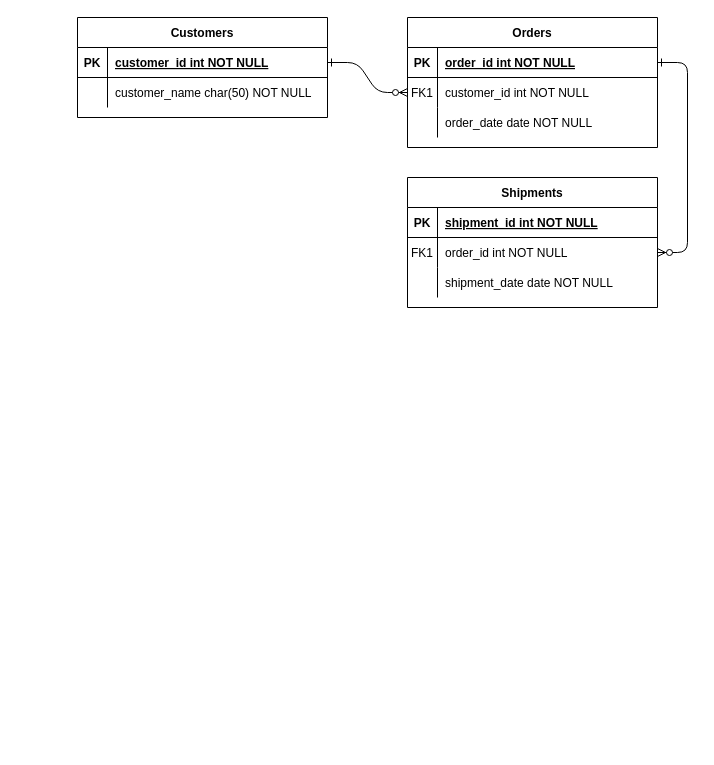
The draw.io diagram Untitled Diagram.drawio in adao74/311_wk4_day2_node_mysql, before the edit. Source tidied: cells renumbered, new cells numbered last; positions are measured from the earlier drawing's top-left corner, leaving out a move shared by most shapes. Both pictures are drawn from the tidied source at 100%, with x=0, y=0 at pixel (77, 17).
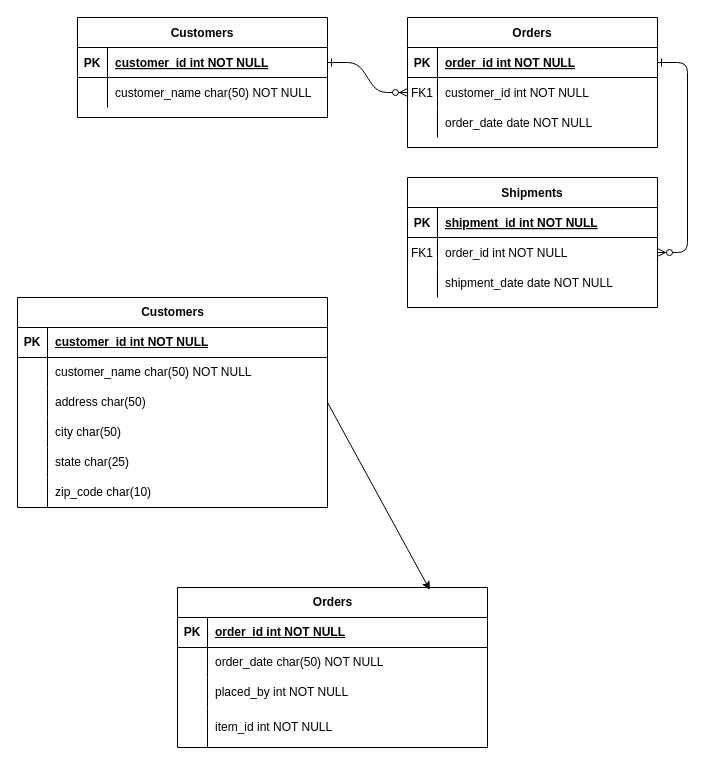
After the change.

Commit message:
Add customers & orders table.drawio

The edit, as a diff of the source:
```diff
@@
+    <mxCell id="31" value="Customers" style="shape=table;startSize=30;childLayout=tableLayout;rowLines=0;fontStyle=1;align=center;html=1;" parent="1" vertex="1">
+      <mxGeometry x="-60" y="280" width="310" height="210" as="geometry" />
+    </mxCell>
+    <mxCell id="32" style="shape=tableRow;horizontal=0;startSize=0;swimlaneHead=0;swimlaneBody=0;fillColor=none;top=0;left=0;right=0;bottom=1;" parent="31" vertex="1">
+      <mxGeometry y="30" width="310" height="30" as="geometry" />
+    </mxCell>
+    <mxCell id="33" value="PK" style="shape=partialRectangle;fillColor=none;top=0;left=0;bottom=0;right=0;fontStyle=1;overflow=hidden;whiteSpace=wrap;html=1;" parent="32" vertex="1">
+      <mxGeometry width="30" height="30" as="geometry" />
+    </mxCell>
+    <mxCell id="34" value="customer_id int NOT NULL" style="shape=partialRectangle;fillColor=none;top=0;left=0;bottom=0;right=0;align=left;spacingLeft=6;fontStyle=5;overflow=hidden;whiteSpace=wrap;html=1;" parent="32" vertex="1">
+      <mxGeometry x="30" width="280" height="30" as="geometry" />
+    </mxCell>
+    <mxCell id="35" style="shape=tableRow;horizontal=0;startSize=0;swimlaneHead=0;swimlaneBody=0;fillColor=none;top=0;left=0;right=0;bottom=0;" parent="31" vertex="1">
+      <mxGeometry y="60" width="310" height="30" as="geometry" />
+    </mxCell>
+    <mxCell id="36" style="shape=partialRectangle;fillColor=none;top=0;left=0;bottom=0;right=0;overflow=hidden;whiteSpace=wrap;html=1;" parent="35" vertex="1">
+      <mxGeometry width="30" height="30" as="geometry" />
+    </mxCell>
+    <mxCell id="37" value="customer_name char(50) NOT NULL" style="shape=partialRectangle;fillColor=none;top=0;left=0;bottom=0;right=0;align=left;spacingLeft=6;overflow=hidden;whiteSpace=wrap;html=1;" parent="35" vertex="1">
+      <mxGeometry x="30" width="280" height="30" as="geometry" />
+    </mxCell>
+    <mxCell id="38" style="shape=tableRow;horizontal=0;startSize=0;swimlaneHead=0;swimlaneBody=0;fillColor=none;points=[[0,0.5],[1,0.5]];portConstraint=eastwest;top=0;left=0;right=0;bottom=0;" parent="31" vertex="1">
+      <mxGeometry y="90" width="310" height="30" as="geometry" />
+    </mxCell>
+    <mxCell id="39" style="shape=partialRectangle;fillColor=none;top=0;left=0;bottom=0;right=0;overflow=hidden;whiteSpace=wrap;html=1;" parent="38" vertex="1">
+      <mxGeometry width="30" height="30" as="geometry" />
+    </mxCell>
+    <mxCell id="40" value="address char(50)" style="shape=partialRectangle;fillColor=none;top=0;left=0;bottom=0;right=0;align=left;spacingLeft=6;overflow=hidden;whiteSpace=wrap;html=1;" parent="38" vertex="1">
+      <mxGeometry x="30" width="280" height="30" as="geometry" />
+    </mxCell>
+    <mxCell id="41" style="shape=tableRow;horizontal=0;startSize=0;swimlaneHead=0;swimlaneBody=0;fillColor=none;top=0;left=0;right=0;bottom=0;" parent="31" vertex="1">
+      <mxGeometry y="120" width="310" height="30" as="geometry" />
+    </mxCell>
+    <mxCell id="42" style="shape=partialRectangle;fillColor=none;top=0;left=0;bottom=0;right=0;overflow=hidden;whiteSpace=wrap;html=1;" parent="41" vertex="1">
+      <mxGeometry width="30" height="30" as="geometry" />
+    </mxCell>
+    <mxCell id="43" value="city char(50)" style="shape=partialRectangle;fillColor=none;top=0;left=0;bottom=0;right=0;align=left;spacingLeft=6;overflow=hidden;whiteSpace=wrap;html=1;" parent="41" vertex="1">
+      <mxGeometry x="30" width="280" height="30" as="geometry" />
+    </mxCell>
+    <mxCell id="44" style="shape=tableRow;horizontal=0;startSize=0;swimlaneHead=0;swimlaneBody=0;fillColor=none;top=0;left=0;right=0;bottom=0;" parent="31" vertex="1">
+      <mxGeometry y="150" width="310" height="30" as="geometry" />
+    </mxCell>
+    <mxCell id="45" style="shape=partialRectangle;fillColor=none;top=0;left=0;bottom=0;right=0;overflow=hidden;whiteSpace=wrap;html=1;" parent="44" vertex="1">
+      <mxGeometry width="30" height="30" as="geometry" />
+    </mxCell>
+    <mxCell id="46" value="state char(25)" style="shape=partialRectangle;fillColor=none;top=0;left=0;bottom=0;right=0;align=left;spacingLeft=6;overflow=hidden;whiteSpace=wrap;html=1;" parent="44" vertex="1">
+      <mxGeometry x="30" width="280" height="30" as="geometry" />
+    </mxCell>
+    <mxCell id="47" style="shape=tableRow;horizontal=0;startSize=0;swimlaneHead=0;swimlaneBody=0;fillColor=none;top=0;left=0;right=0;bottom=0;" parent="31" vertex="1">
+      <mxGeometry y="180" width="310" height="30" as="geometry" />
+    </mxCell>
+    <mxCell id="48" style="shape=partialRectangle;fillColor=none;top=0;left=0;bottom=0;right=0;overflow=hidden;whiteSpace=wrap;html=1;" parent="47" vertex="1">
+      <mxGeometry width="30" height="30" as="geometry" />
+    </mxCell>
+    <mxCell id="49" value="zip_code char(10)" style="shape=partialRectangle;fillColor=none;top=0;left=0;bottom=0;right=0;align=left;spacingLeft=6;overflow=hidden;whiteSpace=wrap;html=1;" parent="47" vertex="1">
+      <mxGeometry x="30" width="280" height="30" as="geometry" />
+    </mxCell>
+    <mxCell id="50" value="Orders" style="shape=table;startSize=30;childLayout=tableLayout;rowLines=0;fontStyle=1;align=center;html=1;" parent="1" vertex="1">
+      <mxGeometry x="100" y="570" width="310" height="160" as="geometry" />
+    </mxCell>
+    <mxCell id="51" style="shape=tableRow;horizontal=0;startSize=0;swimlaneHead=0;swimlaneBody=0;fillColor=none;top=0;left=0;right=0;bottom=1;" parent="50" vertex="1">
+      <mxGeometry y="30" width="310" height="30" as="geometry" />
+    </mxCell>
+    <mxCell id="52" value="PK" style="shape=partialRectangle;fillColor=none;top=0;left=0;bottom=0;right=0;fontStyle=1;overflow=hidden;whiteSpace=wrap;html=1;" parent="51" vertex="1">
+      <mxGeometry width="30" height="30" as="geometry" />
+    </mxCell>
+    <mxCell id="53" value="order_id int NOT NULL" style="shape=partialRectangle;fillColor=none;top=0;left=0;bottom=0;right=0;align=left;spacingLeft=6;fontStyle=5;overflow=hidden;whiteSpace=wrap;html=1;" parent="51" vertex="1">
+      <mxGeometry x="30" width="280" height="30" as="geometry" />
+    </mxCell>
+    <mxCell id="54" style="shape=tableRow;horizontal=0;startSize=0;swimlaneHead=0;swimlaneBody=0;fillColor=none;top=0;left=0;right=0;bottom=0;" parent="50" vertex="1">
+      <mxGeometry y="60" width="310" height="30" as="geometry" />
+    </mxCell>
+    <mxCell id="55" style="shape=partialRectangle;fillColor=none;top=0;left=0;bottom=0;right=0;overflow=hidden;whiteSpace=wrap;html=1;" parent="54" vertex="1">
+      <mxGeometry width="30" height="30" as="geometry" />
+    </mxCell>
+    <mxCell id="56" value="order_date char(50) NOT NULL" style="shape=partialRectangle;fillColor=none;top=0;left=0;bottom=0;right=0;align=left;spacingLeft=6;overflow=hidden;whiteSpace=wrap;html=1;" parent="54" vertex="1">
+      <mxGeometry x="30" width="280" height="30" as="geometry" />
+    </mxCell>
+    <mxCell id="57" style="shape=tableRow;horizontal=0;startSize=0;swimlaneHead=0;swimlaneBody=0;fillColor=none;top=0;left=0;right=0;bottom=0;" parent="50" vertex="1">
+      <mxGeometry y="90" width="310" height="30" as="geometry" />
+    </mxCell>
+    <mxCell id="58" style="shape=partialRectangle;fillColor=none;top=0;left=0;bottom=0;right=0;overflow=hidden;whiteSpace=wrap;html=1;" parent="57" vertex="1">
+      <mxGeometry width="30" height="30" as="geometry" />
+    </mxCell>
+    <mxCell id="59" value="placed_by int NOT NULL&amp;nbsp;" style="shape=partialRectangle;fillColor=none;top=0;left=0;bottom=0;right=0;align=left;spacingLeft=6;overflow=hidden;whiteSpace=wrap;html=1;" parent="57" vertex="1">
+      <mxGeometry x="30" width="280" height="30" as="geometry" />
+    </mxCell>
+    <mxCell id="60" style="shape=tableRow;horizontal=0;startSize=0;swimlaneHead=0;swimlaneBody=0;fillColor=none;top=0;left=0;right=0;bottom=0;" parent="50" vertex="1">
+      <mxGeometry y="120" width="310" height="40" as="geometry" />
+    </mxCell>
+    <mxCell id="61" style="shape=partialRectangle;fillColor=none;top=0;left=0;bottom=0;right=0;overflow=hidden;whiteSpace=wrap;html=1;" parent="60" vertex="1">
+      <mxGeometry width="30" height="40" as="geometry" />
+    </mxCell>
+    <mxCell id="62" value="item_id int NOT NULL" style="shape=partialRectangle;fillColor=none;top=0;left=0;bottom=0;right=0;align=left;spacingLeft=6;overflow=hidden;whiteSpace=wrap;html=1;" parent="60" vertex="1">
+      <mxGeometry x="30" width="280" height="40" as="geometry" />
+    </mxCell>
+    <mxCell id="63" style="edgeStyle=none;rounded=0;jettySize=auto;html=1;exitX=1;exitY=0.5;exitDx=0;exitDy=0;entryX=0.814;entryY=0.015;entryDx=0;entryDy=0;entryPerimeter=0;" parent="1" edge="1" source="38" target="50">
+      <mxGeometry relative="1" as="geometry" />
+    </mxCell>
```
